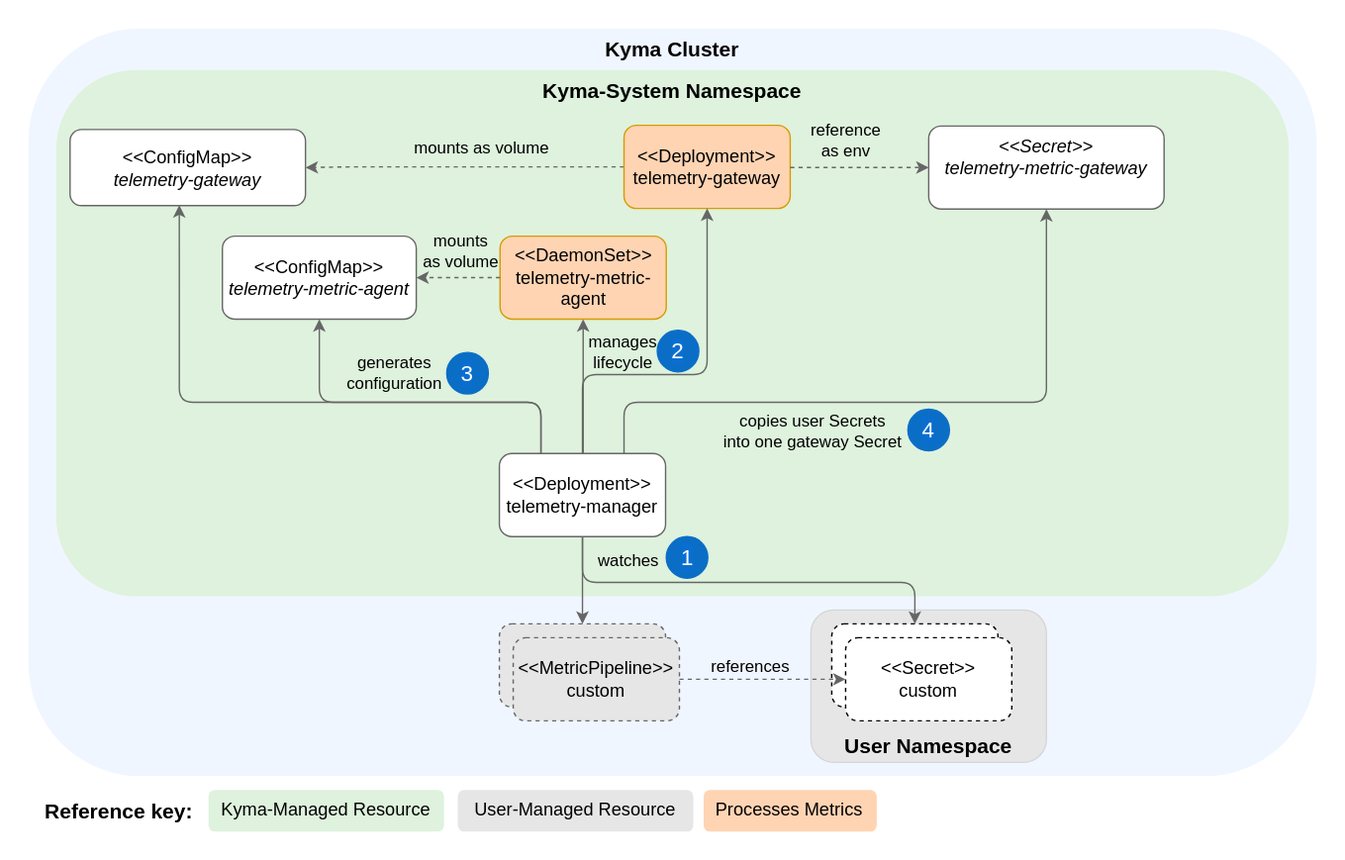
This is docs/user/assets/metrics-resources.drawio.svg from kyma-project/telemetry-manager, a draw.io export, as it was before one commit. Source tidied: cells renumbered, new cells last; positions are measured from the earlier drawing's top-left corner, leaving out a move shared by most shapes.
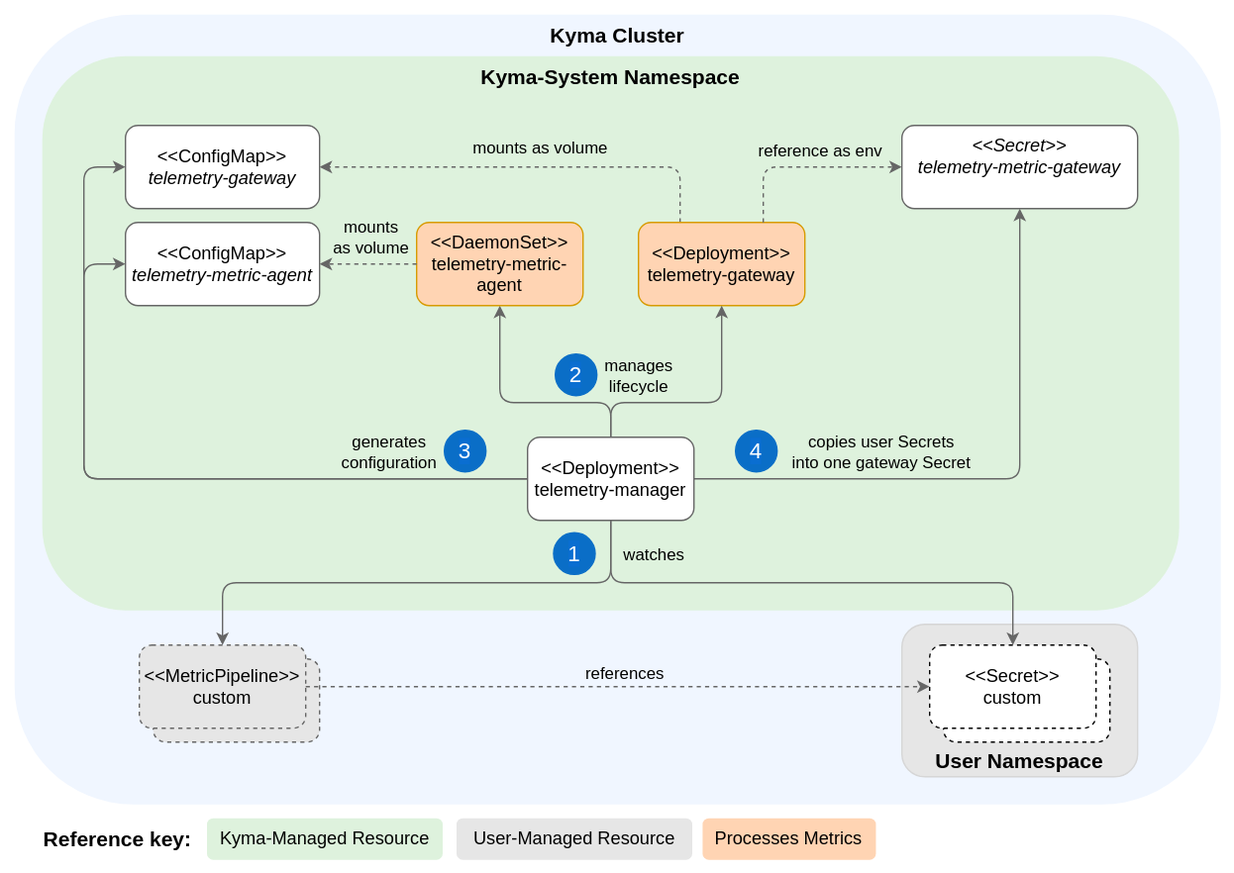
Above is the later version.

The edit, as a diff of the source:
```diff
@@ -3,60 +3,66 @@
     <mxCell id="0" />
     <mxCell id="1" parent="0" />
     <mxCell id="2" style="rounded=0;whiteSpace=wrap;html=1;fillColor=#FFFFFF;strokeColor=none;" parent="1" vertex="1">
-      <mxGeometry width="970" height="620" as="geometry" />
+      <mxGeometry x="-680" y="70" width="890" height="630" as="geometry" />
     </mxCell>
     <mxCell id="3" value="&lt;b style=&quot;color: rgb(0, 0, 0); font-size: 15px;&quot;&gt;&lt;font style=&quot;font-size: 15px;&quot;&gt;Kyma Cluster&lt;br style=&quot;font-size: 15px;&quot;&gt;&lt;/font&gt;&lt;/b&gt;" style="rounded=1;whiteSpace=wrap;html=1;fillColor=#F0F6FF;strokeColor=none;fontColor=#333333;verticalAlign=top;fontSize=15;" parent="1" vertex="1">
-      <mxGeometry x="20" y="20" width="930" height="540" as="geometry" />
+      <mxGeometry x="-670" y="80" width="870" height="570" as="geometry" />
     </mxCell>
     <mxCell id="4" value="&lt;font style=&quot;font-size: 15px;&quot;&gt;&lt;b&gt;Reference key:&lt;/b&gt;&lt;/font&gt;" style="text;html=1;align=center;verticalAlign=middle;strokeColor=none;fillColor=default;" parent="1" vertex="1">
-      <mxGeometry x="20" y="570" width="130" height="30" as="geometry" />
+      <mxGeometry x="-661.2" y="660" width="130" height="30" as="geometry" />
     </mxCell>
     <mxCell id="5" value="&lt;b style=&quot;color: rgb(0, 0, 0); font-size: 15px;&quot;&gt;Kyma-System Namespace&lt;br style=&quot;font-size: 15px;&quot;&gt;&lt;/b&gt;" style="rounded=1;whiteSpace=wrap;html=1;dashed=1;fillColor=#DEF2DD;strokeColor=none;verticalAlign=top;fontSize=15;" parent="1" vertex="1">
-      <mxGeometry x="40" y="50" width="890" height="380" as="geometry" />
+      <mxGeometry x="-650" y="110" width="820" height="400" as="geometry" />
     </mxCell>
     <mxCell id="6" value="&amp;lt;&amp;lt;Deployment&amp;gt;&amp;gt;&lt;br style=&quot;font-size: 13px;&quot;&gt;telemetry-manager" style="rounded=1;whiteSpace=wrap;html=1;strokeColor=#666666;fontSize=13;" parent="1" vertex="1">
-      <mxGeometry x="360" y="327" width="120" height="60" as="geometry" />
+      <mxGeometry x="-300" y="385" width="120" height="60" as="geometry" />
     </mxCell>
     <mxCell id="7" style="edgeStyle=orthogonalEdgeStyle;html=1;exitX=0.5;exitY=0;exitDx=0;exitDy=0;entryX=0.5;entryY=1;entryDx=0;entryDy=0;elbow=vertical;rounded=1;strokeColor=#666666;" parent="1" edge="1" source="6" target="20">
       <mxGeometry relative="1" as="geometry">
         <Array as="points">
-          <mxPoint x="420" y="230" />
+          <mxPoint x="-240" y="360" />
+          <mxPoint x="-320" y="360" />
         </Array>
       </mxGeometry>
     </mxCell>
     <mxCell id="8" value="manages&lt;br style=&quot;font-size: 12px;&quot;&gt;lifecycle" style="edgeLabel;html=1;align=center;verticalAlign=middle;labelBackgroundColor=none;fontSize=12;" parent="7" vertex="1">
       <mxGeometry x="-0.17" relative="1" as="geometry">
-        <mxPoint x="28" y="-34" as="offset" />
+        <mxPoint x="67" y="-20" as="offset" />
       </mxGeometry>
     </mxCell>
-    <mxCell id="9" value="&amp;lt;&amp;lt;LogPipeline&amp;gt;&amp;gt;&lt;br style=&quot;font-size: 13px;&quot;&gt;custom" style="rounded=1;whiteSpace=wrap;html=1;dashed=1;strokeColor=#666666;fontSize=13;fillColor=#E6E6E6;" parent="1" vertex="1">
-      <mxGeometry x="360" y="450" width="120" height="60" as="geometry" />
+    <mxCell id="9" style="rounded=1;whiteSpace=wrap;html=1;dashed=1;strokeColor=#666666;fontSize=13;fillColor=#E6E6E6;" parent="1" vertex="1">
+      <mxGeometry x="-570" y="545" width="120" height="60" as="geometry" />
     </mxCell>
-    <mxCell id="10" style="edgeStyle=orthogonalEdgeStyle;rounded=1;html=1;exitX=0.5;exitY=1;exitDx=0;exitDy=0;entryX=0.5;entryY=0;entryDx=0;entryDy=0;elbow=vertical;strokeColor=#666666;" parent="1" edge="1" source="6" target="9">
-      <mxGeometry relative="1" as="geometry" />
+    <mxCell id="10" style="edgeStyle=orthogonalEdgeStyle;rounded=1;html=1;exitX=0.5;exitY=1;exitDx=0;exitDy=0;entryX=0.5;entryY=0;entryDx=0;entryDy=0;elbow=vertical;strokeColor=#666666;" parent="1" edge="1" source="6" target="12">
+      <mxGeometry relative="1" as="geometry">
+        <Array as="points">
+          <mxPoint x="-240" y="490" />
+          <mxPoint x="-520" y="490" />
+        </Array>
+      </mxGeometry>
     </mxCell>
     <mxCell id="11" value="watches" style="edgeLabel;html=1;align=center;verticalAlign=middle;labelBackgroundColor=none;fontSize=12;" parent="10" vertex="1">
       <mxGeometry x="0.04" y="1" relative="1" as="geometry">
-        <mxPoint x="31" y="-16" as="offset" />
+        <mxPoint x="177" y="-22" as="offset" />
       </mxGeometry>
     </mxCell>
     <mxCell id="12" value="&amp;lt;&amp;lt;MetricPipeline&amp;gt;&amp;gt;&lt;br style=&quot;font-size: 13px;&quot;&gt;custom" style="rounded=1;whiteSpace=wrap;html=1;dashed=1;strokeColor=#666666;fontSize=13;fillColor=#E6E6E6;" parent="1" vertex="1">
-      <mxGeometry x="370" y="460" width="120" height="60" as="geometry" />
+      <mxGeometry x="-580" y="535" width="120" height="60" as="geometry" />
     </mxCell>
     <mxCell id="13" value="&lt;b style=&quot;color: rgb(0, 0, 0); font-size: 15px;&quot;&gt;User Namespace&lt;br style=&quot;font-size: 15px;&quot;&gt;&lt;/b&gt;" style="rounded=1;whiteSpace=wrap;html=1;fillColor=#E6E6E6;strokeColor=#D6D6D6;verticalAlign=bottom;fontSize=15;" parent="1" vertex="1">
-      <mxGeometry x="585" y="440" width="170" height="110" as="geometry" />
+      <mxGeometry x="-30" y="520" width="170" height="110" as="geometry" />
     </mxCell>
     <mxCell id="14" value="&amp;lt;&amp;lt;Secret&amp;gt;&amp;gt;&lt;br style=&quot;font-size: 13px;&quot;&gt;custom" style="rounded=1;whiteSpace=wrap;html=1;dashed=1;fontSize=13;" parent="1" vertex="1">
-      <mxGeometry x="600" y="450" width="120" height="60" as="geometry" />
+      <mxGeometry y="545" width="120" height="60" as="geometry" />
     </mxCell>
     <mxCell id="15" value="&amp;lt;&amp;lt;Secret&amp;gt;&amp;gt;&lt;br style=&quot;font-size: 13px;&quot;&gt;custom" style="rounded=1;whiteSpace=wrap;html=1;dashed=1;fontSize=13;" parent="1" vertex="1">
-      <mxGeometry x="610" y="460" width="120" height="60" as="geometry" />
+      <mxGeometry x="-10" y="535" width="120" height="60" as="geometry" />
     </mxCell>
-    <mxCell id="16" style="edgeStyle=orthogonalEdgeStyle;rounded=1;html=1;exitX=0.5;exitY=1;exitDx=0;exitDy=0;entryX=0.5;entryY=0;entryDx=0;entryDy=0;elbow=vertical;strokeColor=#666666;" parent="1" edge="1" source="6" target="14">
+    <mxCell id="16" style="edgeStyle=orthogonalEdgeStyle;rounded=1;html=1;exitX=0.5;exitY=1;exitDx=0;exitDy=0;entryX=0.5;entryY=0;entryDx=0;entryDy=0;elbow=vertical;strokeColor=#666666;" parent="1" edge="1" source="6" target="15">
       <mxGeometry relative="1" as="geometry">
         <Array as="points">
-          <mxPoint x="420" y="420" />
-          <mxPoint x="660" y="420" />
+          <mxPoint x="-240" y="490" />
+          <mxPoint x="50" y="490" />
         </Array>
       </mxGeometry>
     </mxCell>
@@ -69,16 +75,16 @@
       </mxGeometry>
     </mxCell>
     <mxCell id="19" value="&lt;span style=&quot;color: rgb(0, 0, 0); font-family: Helvetica; font-size: 13px; font-style: normal; font-variant-ligatures: normal; font-variant-caps: normal; font-weight: 400; letter-spacing: normal; orphans: 2; text-indent: 0px; text-transform: none; widows: 2; word-spacing: 0px; -webkit-text-stroke-width: 0px; text-decoration-thickness: initial; text-decoration-style: initial; text-decoration-color: initial; float: none; display: inline !important;&quot;&gt;Processes Metrics&lt;/span&gt;" style="text;whiteSpace=wrap;html=1;strokeColor=none;rounded=1;fillColor=#ffd4b3;align=center;fontSize=13;" parent="1" vertex="1">
-      <mxGeometry x="507.5" y="570" width="125" height="30" as="geometry" />
+      <mxGeometry x="-173.8" y="660" width="125" height="30" as="geometry" />
     </mxCell>
     <mxCell id="20" value="&amp;lt;&amp;lt;DaemonSet&amp;gt;&amp;gt;&lt;br style=&quot;font-size: 13px;&quot;&gt;telemetry-metric-agent" style="rounded=1;whiteSpace=wrap;html=1;strokeColor=#D79B00;fontSize=13;fillColor=#FFD4B3;" parent="1" vertex="1">
-      <mxGeometry x="360.5" y="170" width="120" height="60" as="geometry" />
+      <mxGeometry x="-380" y="230" width="120" height="60" as="geometry" />
     </mxCell>
     <mxCell id="21" value="&lt;div style=&quot;font-size: 13px;&quot;&gt;&lt;font style=&quot;font-size: 13px&quot;&gt;&amp;lt;&amp;lt;ConfigMap&amp;gt;&amp;gt;&lt;/font&gt;&lt;/div&gt;&lt;i style=&quot;font-size: 13px&quot;&gt;&lt;div style=&quot;font-size: 13px;&quot;&gt;&lt;i style=&quot;background-color: initial; font-size: 13px;&quot;&gt;telemetry-metric-agent&lt;/i&gt;&lt;/div&gt;&lt;/i&gt;" style="rounded=1;whiteSpace=wrap;html=1;align=center;strokeColor=#666666;fontSize=13;" parent="1" vertex="1">
-      <mxGeometry x="160" y="170" width="140" height="60" as="geometry" />
+      <mxGeometry x="-590" y="230" width="140" height="60" as="geometry" />
     </mxCell>
     <mxCell id="22" value="&lt;font style=&quot;font-size: 13px;&quot;&gt;&lt;div style=&quot;font-size: 13px;&quot;&gt;&lt;span style=&quot;font-size: 13px;&quot;&gt;&lt;i style=&quot;font-size: 13px;&quot;&gt;&amp;lt;&amp;lt;Secret&amp;gt;&amp;gt;&lt;br style=&quot;font-size: 13px;&quot;&gt;&lt;div style=&quot;text-align: left; font-size: 13px;&quot;&gt;&lt;i style=&quot;background-color: initial; font-size: 13px;&quot;&gt;telemetry-metric-gateway&lt;/i&gt;&lt;/div&gt;&lt;/i&gt;&lt;/span&gt;&lt;/div&gt;&lt;br style=&quot;font-size: 13px;&quot;&gt;&lt;/font&gt;" style="rounded=1;whiteSpace=wrap;html=1;strokeColor=#666666;fontSize=13;" parent="1" vertex="1">
-      <mxGeometry x="670" y="90.5" width="170" height="60" as="geometry" />
+      <mxGeometry x="-30" y="160" width="170" height="60" as="geometry" />
     </mxCell>
     <mxCell id="23" style="edgeStyle=orthogonalEdgeStyle;html=1;exitX=0;exitY=0.5;exitDx=0;exitDy=0;entryX=1;entryY=0.5;entryDx=0;entryDy=0;dashed=1;strokeColor=#666666;" parent="1" edge="1" source="20" target="21">
       <mxGeometry relative="1" as="geometry" />
@@ -88,11 +94,10 @@
         <mxPoint x="4" y="-18" as="offset" />
       </mxGeometry>
     </mxCell>
-    <mxCell id="25" style="edgeStyle=orthogonalEdgeStyle;html=1;exitX=0;exitY=0.5;exitDx=0;exitDy=0;dashed=1;strokeColor=#666666;startArrow=none;entryX=1;entryY=0.5;entryDx=0;entryDy=0;" parent="1" edge="1" source="27" target="31">
+    <mxCell id="25" style="edgeStyle=orthogonalEdgeStyle;html=1;exitX=0.25;exitY=0;exitDx=0;exitDy=0;dashed=1;strokeColor=#666666;startArrow=none;entryX=1;entryY=0.5;entryDx=0;entryDy=0;" parent="1" edge="1" source="27" target="31">
       <mxGeometry relative="1" as="geometry">
         <Array as="points">
-          <mxPoint x="250" y="120" />
-          <mxPoint x="190" y="121" />
+          <mxPoint x="-190" y="190" />
         </Array>
       </mxGeometry>
     </mxCell>
@@ -102,83 +107,81 @@
       </mxGeometry>
     </mxCell>
     <mxCell id="27" value="&amp;lt;&amp;lt;Deployment&amp;gt;&amp;gt;&lt;br style=&quot;font-size: 13px;&quot;&gt;telemetry-gateway" style="rounded=1;whiteSpace=wrap;html=1;strokeColor=#D79B00;fontSize=13;fillColor=#FFD4B3;" parent="1" vertex="1">
-      <mxGeometry x="450" y="90" width="120" height="60" as="geometry" />
+      <mxGeometry x="-220" y="230" width="120" height="60" as="geometry" />
     </mxCell>
-    <mxCell id="28" style="edgeStyle=orthogonalEdgeStyle;html=1;exitX=1;exitY=0.5;exitDx=0;exitDy=0;entryX=0;entryY=0.5;entryDx=0;entryDy=0;dashed=1;strokeColor=#666666;" parent="1" edge="1" source="27" target="22">
+    <mxCell id="28" style="edgeStyle=orthogonalEdgeStyle;html=1;exitX=0.75;exitY=0;exitDx=0;exitDy=0;entryX=0;entryY=0.5;entryDx=0;entryDy=0;dashed=1;strokeColor=#666666;" parent="1" edge="1" source="27" target="22">
       <mxGeometry relative="1" as="geometry">
         <Array as="points">
-          <mxPoint x="670" y="120" />
+          <mxPoint x="-130" y="190" />
         </Array>
       </mxGeometry>
     </mxCell>
-    <mxCell id="29" value="reference&lt;br style=&quot;font-size: 12px;&quot;&gt;as env" style="edgeLabel;html=1;align=center;verticalAlign=middle;labelBackgroundColor=none;fontSize=12;" parent="28" vertex="1">
+    <mxCell id="29" value="reference as env" style="edgeLabel;html=1;align=center;verticalAlign=middle;labelBackgroundColor=none;fontSize=12;" parent="28" vertex="1">
       <mxGeometry x="-0.21" y="-1" relative="1" as="geometry">
-        <mxPoint y="-21" as="offset" />
+        <mxPoint x="25" y="-13" as="offset" />
       </mxGeometry>
     </mxCell>
     <mxCell id="30" value="&lt;font style=&quot;font-size: 16px&quot;&gt;1&lt;/font&gt;" style="ellipse;whiteSpace=wrap;html=1;labelBackgroundColor=#0A6ED1;fontColor=#FFFFFF;fillColor=#0A6EC7;strokeColor=#0A6EC7;" parent="1" vertex="1">
-      <mxGeometry x="480.5" y="387" width="30" height="30" as="geometry" />
+      <mxGeometry x="-281.2" y="454" width="30" height="30" as="geometry" />
     </mxCell>
     <mxCell id="31" value="&lt;div style=&quot;font-size: 13px;&quot;&gt;&lt;font style=&quot;font-size: 13px&quot;&gt;&amp;lt;&amp;lt;ConfigMap&amp;gt;&amp;gt;&lt;/font&gt;&lt;/div&gt;&lt;i style=&quot;font-size: 13px&quot;&gt;&lt;div style=&quot;font-size: 13px;&quot;&gt;&lt;i style=&quot;background-color: initial; font-size: 13px;&quot;&gt;telemetry-gateway&lt;/i&gt;&lt;/div&gt;&lt;/i&gt;" style="rounded=1;whiteSpace=wrap;html=1;align=center;strokeColor=#666666;fontSize=13;" parent="1" vertex="1">
-      <mxGeometry x="50" y="93" width="170" height="55" as="geometry" />
+      <mxGeometry x="-590" y="160" width="140" height="60" as="geometry" />
     </mxCell>
     <mxCell id="32" value="&lt;font style=&quot;font-size: 16px&quot;&gt;3&lt;/font&gt;" style="ellipse;whiteSpace=wrap;html=1;labelBackgroundColor=#0A6ED1;fontColor=#FFFFFF;fillColor=#0A6EC7;strokeColor=#0A6EC7;" parent="1" vertex="1">
-      <mxGeometry x="322" y="254" width="30" height="30" as="geometry" />
+      <mxGeometry x="-360" y="380" width="30" height="30" as="geometry" />
     </mxCell>
     <mxCell id="33" value="&lt;font style=&quot;font-size: 16px&quot;&gt;2&lt;/font&gt;" style="ellipse;whiteSpace=wrap;html=1;labelBackgroundColor=#0A6ED1;fontColor=#FFFFFF;fillColor=#0A6EC7;strokeColor=#0A6EC7;" parent="1" vertex="1">
-      <mxGeometry x="474" y="238" width="30" height="30" as="geometry" />
+      <mxGeometry x="-280" y="325" width="30" height="30" as="geometry" />
     </mxCell>
     <mxCell id="34" style="edgeStyle=orthogonalEdgeStyle;html=1;exitX=0.5;exitY=0;exitDx=0;exitDy=0;elbow=vertical;rounded=1;strokeColor=#666666;entryX=0.5;entryY=1;entryDx=0;entryDy=0;" parent="1" edge="1" source="6" target="27">
       <mxGeometry relative="1" as="geometry">
         <Array as="points">
-          <mxPoint x="420" y="270" />
-          <mxPoint x="510" y="270" />
+          <mxPoint x="-240" y="360" />
+          <mxPoint x="-160" y="360" />
         </Array>
       </mxGeometry>
     </mxCell>
-    <mxCell id="35" style="edgeStyle=orthogonalEdgeStyle;html=1;exitX=0.25;exitY=0;exitDx=0;exitDy=0;entryX=0.5;entryY=1;entryDx=0;entryDy=0;elbow=vertical;rounded=1;strokeColor=#666666;" parent="1" edge="1" source="6" target="21">
+    <mxCell id="35" style="edgeStyle=orthogonalEdgeStyle;html=1;exitX=0;exitY=0.5;exitDx=0;exitDy=0;entryX=0;entryY=0.5;entryDx=0;entryDy=0;elbow=vertical;rounded=1;strokeColor=#666666;" parent="1" edge="1" source="6" target="21">
       <mxGeometry relative="1" as="geometry">
         <Array as="points">
-          <mxPoint x="390" y="290" />
-          <mxPoint x="230" y="290" />
+          <mxPoint x="-620" y="415" />
+          <mxPoint x="-620" y="260" />
         </Array>
       </mxGeometry>
     </mxCell>
-    <mxCell id="36" style="edgeStyle=orthogonalEdgeStyle;html=1;exitX=0.25;exitY=0;exitDx=0;exitDy=0;entryX=0.464;entryY=0.993;entryDx=0;entryDy=0;elbow=vertical;rounded=1;strokeColor=#666666;entryPerimeter=0;" parent="1" edge="1" source="6" target="31">
+    <mxCell id="36" style="edgeStyle=orthogonalEdgeStyle;html=1;exitX=0;exitY=0.5;exitDx=0;exitDy=0;entryX=0;entryY=0.5;entryDx=0;entryDy=0;elbow=vertical;rounded=1;strokeColor=#666666;" parent="1" edge="1" source="6" target="31">
       <mxGeometry relative="1" as="geometry">
         <Array as="points">
-          <mxPoint x="390" y="290" />
-          <mxPoint x="129" y="290" />
-          <mxPoint x="129" y="148" />
+          <mxPoint x="-620" y="415" />
+          <mxPoint x="-620" y="190" />
         </Array>
       </mxGeometry>
     </mxCell>
     <mxCell id="37" value="&lt;span style=&quot;&quot;&gt;generates&lt;/span&gt;&lt;br style=&quot;border-color: var(--border-color);&quot;&gt;&lt;span style=&quot;&quot;&gt;configuration&lt;/span&gt;" style="edgeLabel;html=1;align=center;verticalAlign=middle;fontSize=12;labelBackgroundColor=none;" parent="36" vertex="1">
       <mxGeometry x="-0.34" y="-3" relative="1" as="geometry">
-        <mxPoint y="-19" as="offset" />
+        <mxPoint x="88" y="-17" as="offset" />
       </mxGeometry>
     </mxCell>
-    <mxCell id="38" style="edgeStyle=orthogonalEdgeStyle;html=1;exitX=0.75;exitY=0;exitDx=0;exitDy=0;entryX=0.5;entryY=1;entryDx=0;entryDy=0;elbow=vertical;rounded=1;strokeColor=#666666;" parent="1" edge="1" source="6" target="22">
+    <mxCell id="38" style="edgeStyle=orthogonalEdgeStyle;html=1;exitX=1;exitY=0.5;exitDx=0;exitDy=0;entryX=0.5;entryY=1;entryDx=0;entryDy=0;elbow=vertical;rounded=1;strokeColor=#666666;" parent="1" edge="1" source="6" target="22">
       <mxGeometry relative="1" as="geometry">
         <Array as="points">
-          <mxPoint x="450" y="290" />
-          <mxPoint x="755" y="290" />
+          <mxPoint x="55" y="415" />
         </Array>
       </mxGeometry>
     </mxCell>
     <mxCell id="39" value="&lt;span style=&quot;font-size: 12px;&quot;&gt;copies user Secrets&lt;br style=&quot;font-size: 12px;&quot;&gt;into one gateway&amp;nbsp;Secret&lt;/span&gt;" style="edgeLabel;html=1;align=center;verticalAlign=middle;labelBackgroundColor=none;fontSize=12;" parent="38" vertex="1">
       <mxGeometry x="-0.27" y="-2" relative="1" as="geometry">
-        <mxPoint x="-4" y="18" as="offset" />
+        <mxPoint x="-23" y="-22" as="offset" />
       </mxGeometry>
     </mxCell>
     <mxCell id="40" value="&lt;font style=&quot;font-size: 16px&quot;&gt;4&lt;/font&gt;" style="ellipse;whiteSpace=wrap;html=1;labelBackgroundColor=#0A6ED1;fontColor=#FFFFFF;fillColor=#0A6EC7;strokeColor=#0A6EC7;" parent="1" vertex="1">
-      <mxGeometry x="655" y="295" width="30" height="30" as="geometry" />
+      <mxGeometry x="-150" y="380" width="30" height="30" as="geometry" />
     </mxCell>
     <mxCell id="41" value="&lt;span style=&quot;color: rgb(0, 0, 0); font-family: Helvetica; font-size: 13px; font-style: normal; font-variant-ligatures: normal; font-variant-caps: normal; font-weight: 400; letter-spacing: normal; orphans: 2; text-indent: 0px; text-transform: none; widows: 2; word-spacing: 0px; -webkit-text-stroke-width: 0px; text-decoration-thickness: initial; text-decoration-style: initial; text-decoration-color: initial; float: none; display: inline !important;&quot;&gt;User-Managed Resource&lt;/span&gt;" style="text;whiteSpace=wrap;html=1;strokeColor=none;rounded=1;fillColor=#e6e6e6;align=center;fontSize=13;" parent="1" vertex="1">
-      <mxGeometry x="330" y="570" width="170" height="30" as="geometry" />
+      <mxGeometry x="-351.2" y="660" width="170" height="30" as="geometry" />
     </mxCell>
     <mxCell id="42" value="&lt;span style=&quot;color: rgb(0, 0, 0); font-family: Helvetica; font-size: 13px; font-style: normal; font-variant-ligatures: normal; font-variant-caps: normal; font-weight: 400; letter-spacing: normal; orphans: 2; text-indent: 0px; text-transform: none; widows: 2; word-spacing: 0px; -webkit-text-stroke-width: 0px; text-decoration-thickness: initial; text-decoration-style: initial; text-decoration-color: initial; float: none; display: inline !important;&quot;&gt;Kyma-Managed Resource&lt;/span&gt;" style="text;whiteSpace=wrap;html=1;strokeColor=none;rounded=1;fillColor=#def2dd;align=center;" parent="1" vertex="1">
-      <mxGeometry x="150" y="570" width="170" height="30" as="geometry" />
+      <mxGeometry x="-531.2" y="660" width="170" height="30" as="geometry" />
     </mxCell>
   </root>
 </mxGraphModel>
```
